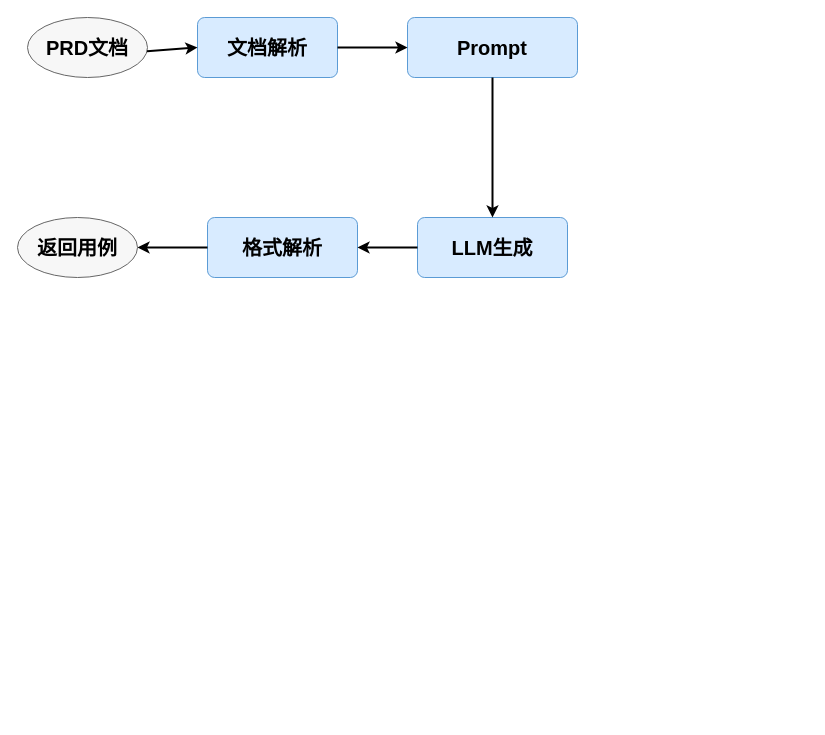
This is 好未来/AI用例/未命名绘图.drawio from dongjinmin-710/my-darwio, a draw.io file, before an edit. Source tidied: cells renumbered, new cells numbered last; positions are measured from the earlier drawing's top-left corner, leaving out a move shared by most shapes. Both pictures are drawn from the tidied source at 100%, with x=0, y=0 at pixel (17, 17).
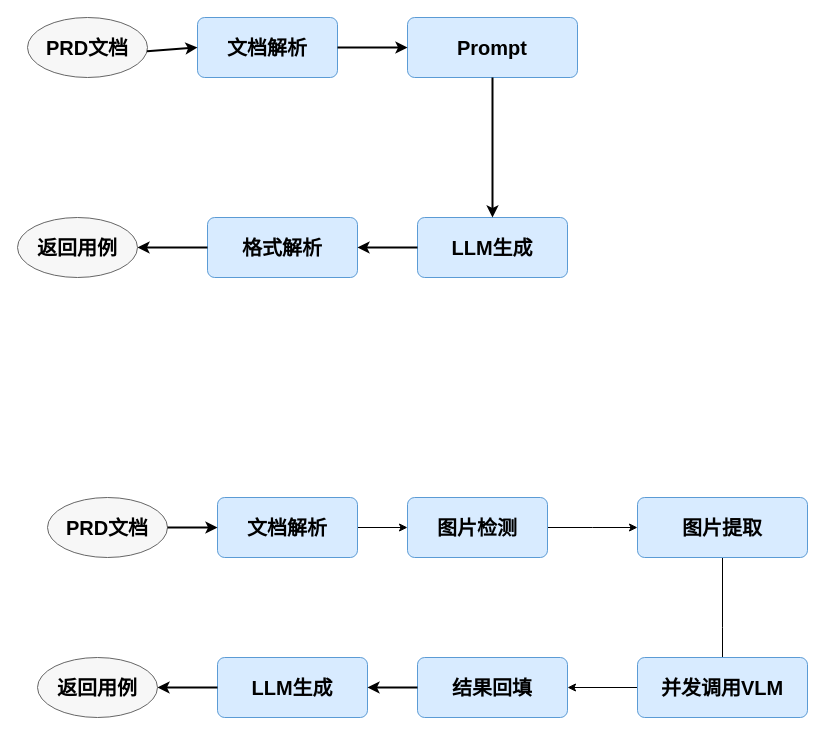
The same page after the edit.

Commit message (it also covers changes not shown here):
更新未命名绘图.drawio

Change to the diagram source:
```diff
@@
+    <mxCell id="13" value="PRD文档" style="ellipse;whiteSpace=wrap;html=1;fillColor=#f7f7f7;strokeColor=#666666;fontSize=20;fontStyle=1;" parent="1" vertex="1">
+      <mxGeometry x="30" y="480" width="120" height="60" as="geometry" />
+    </mxCell>
+    <mxCell id="14" style="edgeStyle=orthogonalEdgeStyle;rounded=0;jettySize=auto;html=1;entryX=0;entryY=0.5;entryDx=0;entryDy=0;" parent="1" edge="1" source="15" target="25">
+      <mxGeometry relative="1" as="geometry" />
+    </mxCell>
+    <mxCell id="15" value="文档解析" style="rounded=1;whiteSpace=wrap;html=1;arcSize=12;fillColor=#d8ebff;strokeColor=#5b9bd5;fontSize=20;fontStyle=1;" parent="1" vertex="1">
+      <mxGeometry x="200" y="480" width="140" height="60" as="geometry" />
+    </mxCell>
+    <mxCell id="16" style="edgeStyle=orthogonalEdgeStyle;rounded=0;jettySize=auto;html=1;" parent="1" edge="1" source="17">
+      <mxGeometry relative="1" as="geometry">
+        <mxPoint x="705" y="680" as="targetPoint" />
+      </mxGeometry>
+    </mxCell>
+    <mxCell id="17" value="图片提取" style="rounded=1;whiteSpace=wrap;html=1;arcSize=12;fillColor=#d8ebff;strokeColor=#5b9bd5;fontSize=20;fontStyle=1;" parent="1" vertex="1">
+      <mxGeometry x="620" y="480" width="170" height="60" as="geometry" />
+    </mxCell>
+    <mxCell id="18" value="结果回填" style="rounded=1;whiteSpace=wrap;html=1;arcSize=12;fillColor=#d8ebff;strokeColor=#5b9bd5;fontSize=20;fontStyle=1;" parent="1" vertex="1">
+      <mxGeometry x="400" y="640" width="150" height="60" as="geometry" />
+    </mxCell>
+    <mxCell id="19" value="LLM生成" style="rounded=1;whiteSpace=wrap;html=1;arcSize=12;fillColor=#d8ebff;strokeColor=#5b9bd5;fontSize=20;fontStyle=1;" parent="1" vertex="1">
+      <mxGeometry x="200" y="640" width="150" height="60" as="geometry" />
+    </mxCell>
+    <mxCell id="20" value="返回用例" style="ellipse;whiteSpace=wrap;html=1;fillColor=#f7f7f7;strokeColor=#666666;fontSize=20;fontStyle=1;" parent="1" vertex="1">
+      <mxGeometry x="20" y="640" width="120" height="60" as="geometry" />
+    </mxCell>
+    <mxCell id="21" style="endArrow=classic;html=1;rounded=0;strokeWidth=2;" parent="1" edge="1" source="13" target="15">
+      <mxGeometry relative="1" as="geometry" />
+    </mxCell>
+    <mxCell id="22" style="endArrow=classic;html=1;rounded=0;strokeWidth=2;" parent="1" edge="1" source="18" target="19">
+      <mxGeometry relative="1" as="geometry" />
+    </mxCell>
+    <mxCell id="23" style="endArrow=classic;html=1;rounded=0;strokeWidth=2;" parent="1" edge="1" source="19" target="20">
+      <mxGeometry relative="1" as="geometry" />
+    </mxCell>
+    <mxCell id="24" style="edgeStyle=orthogonalEdgeStyle;rounded=0;jettySize=auto;html=1;" parent="1" edge="1" source="25">
+      <mxGeometry relative="1" as="geometry">
+        <mxPoint x="620" y="510" as="targetPoint" />
+      </mxGeometry>
+    </mxCell>
+    <mxCell id="25" value="图片检测" style="rounded=1;whiteSpace=wrap;html=1;arcSize=12;fillColor=#d8ebff;strokeColor=#5b9bd5;fontSize=20;fontStyle=1;" parent="1" vertex="1">
+      <mxGeometry x="390" y="480" width="140" height="60" as="geometry" />
+    </mxCell>
+    <mxCell id="26" style="edgeStyle=orthogonalEdgeStyle;rounded=0;jettySize=auto;html=1;entryX=1;entryY=0.5;entryDx=0;entryDy=0;" parent="1" edge="1" source="27" target="18">
+      <mxGeometry relative="1" as="geometry" />
+    </mxCell>
+    <mxCell id="27" value="并发调用VLM" style="rounded=1;whiteSpace=wrap;html=1;arcSize=12;fillColor=#d8ebff;strokeColor=#5b9bd5;fontSize=20;fontStyle=1;" parent="1" vertex="1">
+      <mxGeometry x="620" y="640" width="170" height="60" as="geometry" />
+    </mxCell>
```
